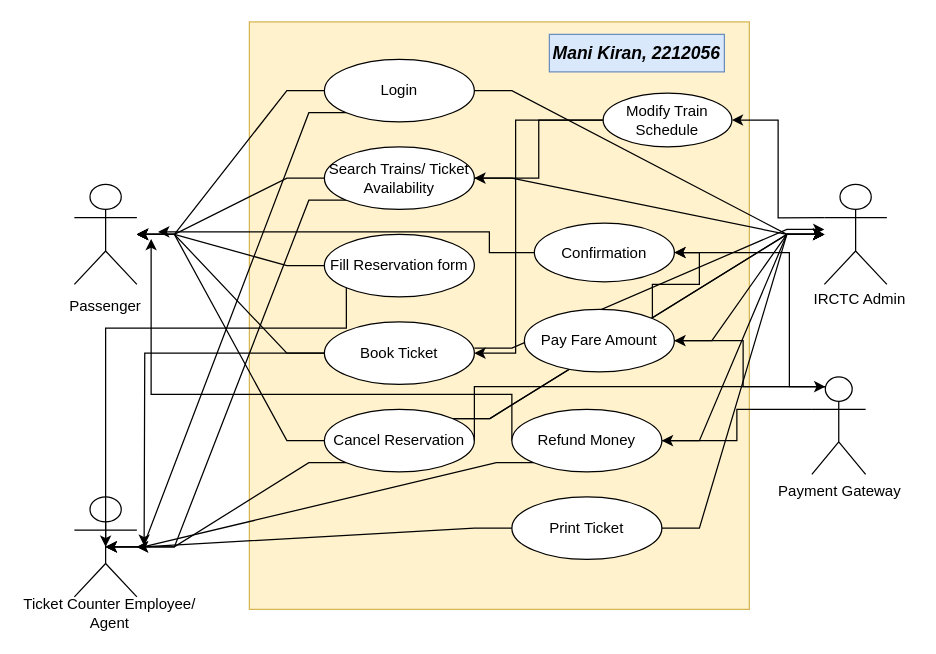
This is Railway Reservation System.drawio from manikiran949/Use-Case-Diagrams, a draw.io file, before an edit. Source tidied: cells renumbered, new cells numbered last; positions are measured from the earlier drawing's top-left corner, leaving out a move shared by most shapes. Both pictures are drawn from the tidied source at 125%, with x=0, y=0 at pixel (21, 21).
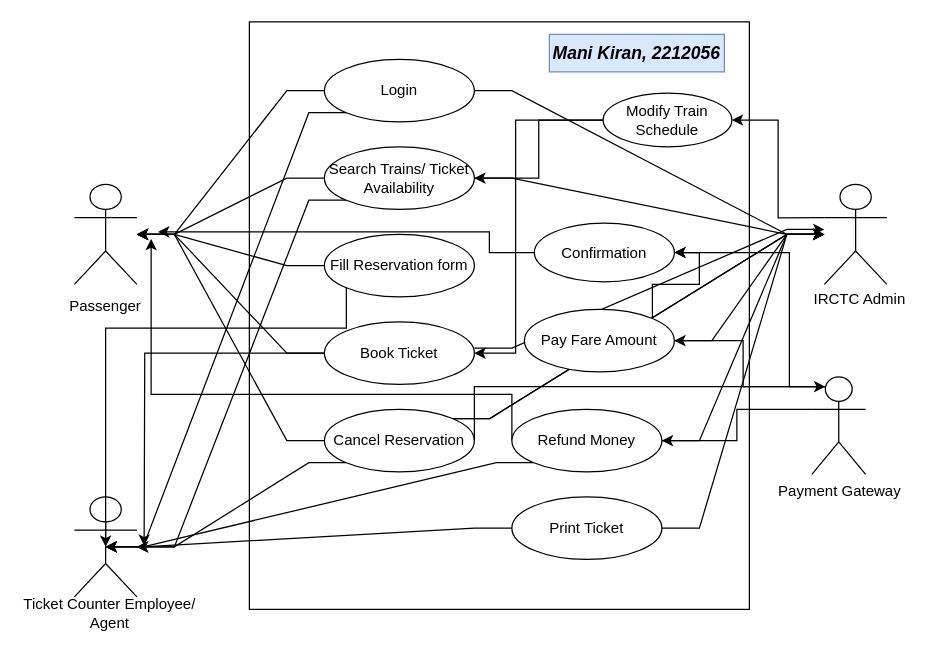
The same diagram, later.

Commit message:
Removed Background Color

Change to the diagram source:
```diff
@@
-    <mxCell id="2" style="rounded=0;whiteSpace=wrap;html=1;fillColor=#fff2cc;strokeColor=#d6b656;" parent="1" vertex="1">
+    <mxCell id="2" style="rounded=0;whiteSpace=wrap;html=1;" parent="1" vertex="1">
       <mxGeometry x="182" width="400" height="470" as="geometry" />
     </mxCell>
```
